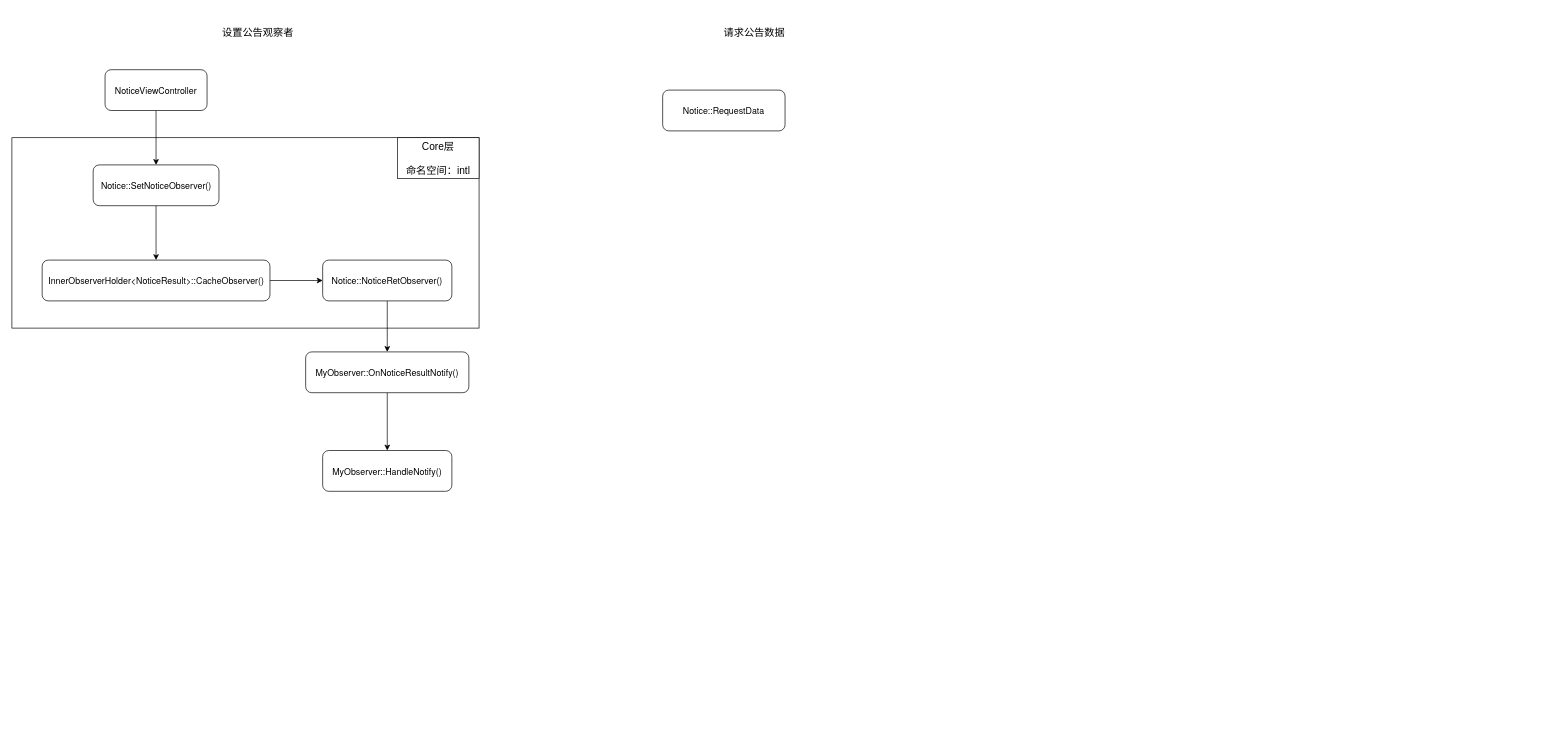
This is INTL SDK Notice Module.drawio from star-j/Flowchart, a draw.io file, before an edit. Source tidied: cells renumbered, new cells numbered last; positions are measured from the earlier drawing's top-left corner, leaving out a move shared by most shapes. Both pictures are drawn from the tidied source at 68%, with x=0, y=0 at pixel (12, 15).
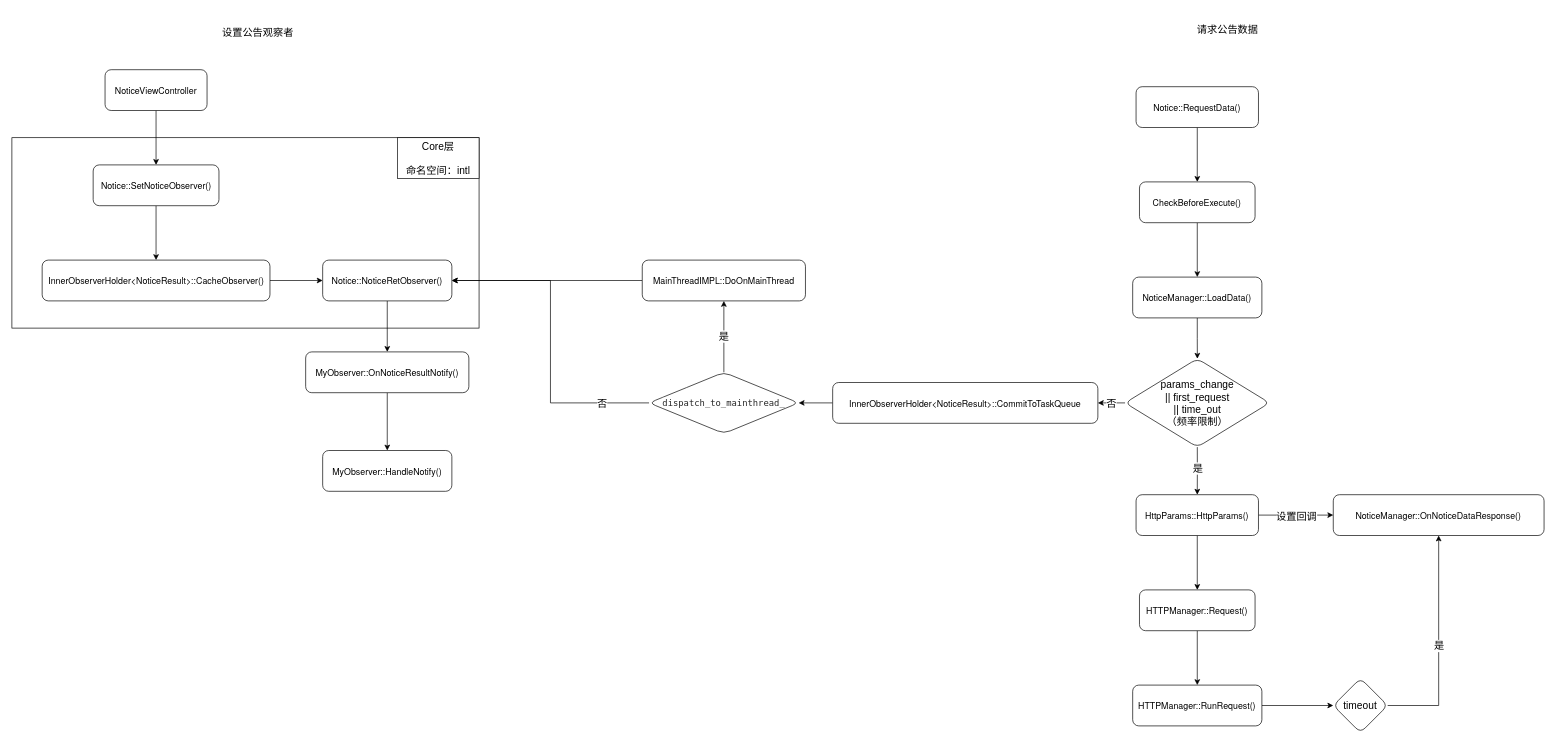
Above is the later version.

The change refers to these unchanged cells:
```xml
<mxCell id="12" value="&lt;span style=&quot;font-family: &amp;#34;helvetica neue&amp;#34; ; font-size: 13px&quot;&gt;Notice::NoticeRetObserver()&lt;/span&gt;" style="whiteSpace=wrap;html=1;rounded=1;" parent="1" vertex="1">
  <mxGeometry x="457" y="360" width="190" height="60" as="geometry" />
</mxCell>
```

What changed in the source:
```diff
@@
     <mxCell id="17" value="请求公告数据" style="text;html=1;strokeColor=none;fillColor=none;align=center;verticalAlign=middle;whiteSpace=wrap;rounded=0;fontSize=15;" parent="1" vertex="1">
-      <mxGeometry x="1027" width="130" height="50" as="geometry" />
+      <mxGeometry x="1723.2" y="-5" width="130" height="50" as="geometry" />
     </mxCell>
+    <mxCell id="19" style="edgeStyle=orthogonalEdgeStyle;rounded=0;jettySize=auto;html=1;fontSize=15;" parent="1" edge="1" source="18" target="21">
+      <mxGeometry relative="1" as="geometry" />
+    </mxCell>
-    <mxCell id="18" value="&lt;p style=&quot;margin: 0px ; font-stretch: normal ; font-size: 13px ; line-height: normal ; font-family: &amp;#34;helvetica neue&amp;#34;&quot;&gt;Notice::RequestData&lt;/p&gt;" style="rounded=1;whiteSpace=wrap;html=1;fontSize=15;" parent="1" vertex="1">
-      <mxGeometry x="957" y="110" width="180" height="60" as="geometry" />
+    <mxCell id="18" value="&lt;p style=&quot;margin: 0px ; font-stretch: normal ; font-size: 13px ; line-height: normal ; font-family: &amp;#34;helvetica neue&amp;#34;&quot;&gt;Notice::RequestData()&lt;/p&gt;" style="rounded=1;whiteSpace=wrap;html=1;fontSize=15;" parent="1" vertex="1">
+      <mxGeometry x="1653.2" y="105" width="180" height="60" as="geometry" />
     </mxCell>
+    <mxCell id="20" style="edgeStyle=orthogonalEdgeStyle;rounded=0;jettySize=auto;html=1;fontSize=15;" parent="1" edge="1" source="21" target="23">
+      <mxGeometry relative="1" as="geometry" />
+    </mxCell>
+    <mxCell id="21" value="&lt;p style=&quot;margin: 0px ; font-stretch: normal ; font-size: 13px ; line-height: normal ; font-family: &amp;#34;helvetica neue&amp;#34;&quot;&gt;CheckBeforeExecute()&lt;/p&gt;" style="whiteSpace=wrap;html=1;fontSize=15;rounded=1;" parent="1" vertex="1">
+      <mxGeometry x="1658.2" y="245" width="170" height="60" as="geometry" />
+    </mxCell>
+    <mxCell id="22" style="edgeStyle=orthogonalEdgeStyle;rounded=0;jettySize=auto;html=1;fontSize=15;" parent="1" edge="1" source="23" target="39">
+      <mxGeometry relative="1" as="geometry" />
+    </mxCell>
+    <mxCell id="23" value="&lt;p style=&quot;margin: 0px ; font-stretch: normal ; font-size: 13px ; line-height: normal ; font-family: &amp;#34;helvetica neue&amp;#34;&quot;&gt;NoticeManager::LoadData()&lt;/p&gt;" style="whiteSpace=wrap;html=1;fontSize=15;rounded=1;" parent="1" vertex="1">
+      <mxGeometry x="1648.2" y="385" width="190" height="60" as="geometry" />
+    </mxCell>
+    <mxCell id="24" style="edgeStyle=orthogonalEdgeStyle;rounded=0;jettySize=auto;html=1;fontSize=15;" parent="1" edge="1" source="27" target="28">
+      <mxGeometry relative="1" as="geometry" />
+    </mxCell>
+    <mxCell id="25" value="设置回调" style="edgeLabel;html=1;align=center;verticalAlign=middle;fontSize=15;" parent="24" vertex="1">
+      <mxGeometry y="-1" relative="1" as="geometry" />
+    </mxCell>
+    <mxCell id="26" style="edgeStyle=orthogonalEdgeStyle;rounded=0;jettySize=auto;html=1;fontSize=15;" parent="1" edge="1" source="27" target="30">
+      <mxGeometry relative="1" as="geometry" />
+    </mxCell>
+    <mxCell id="27" value="&lt;p style=&quot;margin: 0px ; font-stretch: normal ; font-size: 13px ; line-height: normal ; font-family: &amp;#34;helvetica neue&amp;#34;&quot;&gt;HttpParams::HttpParams()&lt;/p&gt;" style="whiteSpace=wrap;html=1;fontSize=15;rounded=1;" parent="1" vertex="1">
+      <mxGeometry x="1653.2" y="705" width="180" height="60" as="geometry" />
+    </mxCell>
+    <mxCell id="28" value="&lt;p style=&quot;margin: 0px ; font-stretch: normal ; font-size: 13px ; line-height: normal ; font-family: &amp;#34;helvetica neue&amp;#34;&quot;&gt;NoticeManager::OnNoticeDataResponse()&lt;/p&gt;" style="whiteSpace=wrap;html=1;fontSize=15;rounded=1;" parent="1" vertex="1">
+      <mxGeometry x="1943.2" y="705" width="310" height="60" as="geometry" />
+    </mxCell>
+    <mxCell id="29" style="edgeStyle=orthogonalEdgeStyle;rounded=0;jettySize=auto;html=1;fontSize=15;" parent="1" edge="1" source="30" target="32">
+      <mxGeometry relative="1" as="geometry" />
+    </mxCell>
+    <mxCell id="30" value="&lt;p style=&quot;margin: 0px ; font-stretch: normal ; font-size: 13px ; line-height: normal ; font-family: &amp;#34;helvetica neue&amp;#34;&quot;&gt;HTTPManager::Request()&lt;/p&gt;" style="whiteSpace=wrap;html=1;fontSize=15;rounded=1;" parent="1" vertex="1">
+      <mxGeometry x="1658.2" y="845" width="170" height="60" as="geometry" />
+    </mxCell>
+    <mxCell id="31" style="edgeStyle=orthogonalEdgeStyle;rounded=0;jettySize=auto;html=1;fontSize=15;" parent="1" edge="1" source="32" target="35">
+      <mxGeometry relative="1" as="geometry" />
+    </mxCell>
+    <mxCell id="32" value="&lt;p style=&quot;margin: 0px ; font-stretch: normal ; font-size: 13px ; line-height: normal ; font-family: &amp;#34;helvetica neue&amp;#34;&quot;&gt;HTTPManager::RunRequest()&lt;/p&gt;" style="whiteSpace=wrap;html=1;fontSize=15;rounded=1;" parent="1" vertex="1">
+      <mxGeometry x="1648.2" y="985" width="190" height="60" as="geometry" />
+    </mxCell>
+    <mxCell id="33" style="edgeStyle=orthogonalEdgeStyle;rounded=0;jettySize=auto;html=1;exitX=1;exitY=0.5;exitDx=0;exitDy=0;entryX=0.5;entryY=1;entryDx=0;entryDy=0;fontSize=15;" parent="1" edge="1" source="35" target="28">
+      <mxGeometry relative="1" as="geometry" />
+    </mxCell>
+    <mxCell id="34" value="是" style="edgeLabel;html=1;align=center;verticalAlign=middle;fontSize=15;" parent="33" vertex="1">
+      <mxGeometry x="-0.1" y="1" relative="1" as="geometry">
+        <mxPoint x="1" y="-17" as="offset" />
+      </mxGeometry>
+    </mxCell>
+    <mxCell id="35" value="timeout" style="rhombus;whiteSpace=wrap;html=1;fontSize=15;rounded=1;" parent="1" vertex="1">
+      <mxGeometry x="1943.2" y="975" width="80" height="80" as="geometry" />
+    </mxCell>
+    <mxCell id="36" style="edgeStyle=orthogonalEdgeStyle;rounded=0;jettySize=auto;html=1;exitX=0.5;exitY=1;exitDx=0;exitDy=0;entryX=0.5;entryY=0;entryDx=0;entryDy=0;fontSize=15;" parent="1" edge="1" source="39" target="27">
+      <mxGeometry relative="1" as="geometry" />
+    </mxCell>
+    <mxCell id="37" value="是" style="edgeLabel;html=1;align=center;verticalAlign=middle;fontSize=15;" parent="36" vertex="1">
+      <mxGeometry x="-0.12" y="2" relative="1" as="geometry">
+        <mxPoint x="-2" as="offset" />
+      </mxGeometry>
+    </mxCell>
+    <mxCell id="38" value="否" style="edgeStyle=orthogonalEdgeStyle;rounded=0;jettySize=auto;html=1;fontSize=15;" parent="1" edge="1" source="39" target="41">
+      <mxGeometry relative="1" as="geometry" />
+    </mxCell>
+    <mxCell id="39" value="params_change &lt;br&gt;||&amp;nbsp;first_request &lt;br&gt;|| time_out&lt;br&gt;（频率限制）" style="rhombus;whiteSpace=wrap;html=1;fontSize=15;rounded=1;" parent="1" vertex="1">
+      <mxGeometry x="1637" y="505" width="212.5" height="130" as="geometry" />
+    </mxCell>
+    <mxCell id="40" style="edgeStyle=orthogonalEdgeStyle;rounded=0;jettySize=auto;html=1;fontSize=15;" parent="1" edge="1" source="41" target="45">
+      <mxGeometry relative="1" as="geometry" />
+    </mxCell>
+    <mxCell id="41" value="&lt;p style=&quot;margin: 0px ; font-stretch: normal ; font-size: 13px ; line-height: normal ; font-family: &amp;#34;helvetica neue&amp;#34;&quot;&gt;InnerObserverHolder&amp;lt;NoticeResult&amp;gt;::CommitToTaskQueue&lt;/p&gt;" style="whiteSpace=wrap;html=1;fontSize=15;rounded=1;" parent="1" vertex="1">
+      <mxGeometry x="1207" y="540" width="390" height="60" as="geometry" />
+    </mxCell>
+    <mxCell id="42" value="是" style="edgeStyle=orthogonalEdgeStyle;rounded=0;jettySize=auto;html=1;fontSize=15;" parent="1" edge="1" source="45" target="47">
+      <mxGeometry relative="1" as="geometry" />
+    </mxCell>
+    <mxCell id="43" style="edgeStyle=orthogonalEdgeStyle;rounded=0;jettySize=auto;html=1;exitX=0;exitY=0.5;exitDx=0;exitDy=0;entryX=1;entryY=0.5;entryDx=0;entryDy=0;fontSize=15;" parent="1" edge="1" source="45" target="12">
+      <mxGeometry relative="1" as="geometry" />
+    </mxCell>
+    <mxCell id="44" value="否" style="edgeLabel;html=1;align=center;verticalAlign=middle;fontSize=15;" parent="43" vertex="1">
+      <mxGeometry x="-0.17" y="-1" relative="1" as="geometry">
+        <mxPoint x="74" y="49" as="offset" />
+      </mxGeometry>
+    </mxCell>
+    <mxCell id="45" value="&lt;p style=&quot;margin: 0px ; font-stretch: normal ; font-size: 13px ; line-height: normal ; font-family: &amp;#34;menlo&amp;#34; ; color: rgba(0 , 0 , 0 , 0.85) ; background-color: rgb(255 , 255 , 255)&quot;&gt;dispatch_to_mainthread_&lt;/p&gt;" style="rhombus;whiteSpace=wrap;html=1;fontSize=15;rounded=1;" parent="1" vertex="1">
+      <mxGeometry x="937" y="525" width="220" height="90" as="geometry" />
+    </mxCell>
+    <mxCell id="46" style="edgeStyle=orthogonalEdgeStyle;rounded=0;jettySize=auto;html=1;exitX=0;exitY=0.5;exitDx=0;exitDy=0;entryX=1;entryY=0.5;entryDx=0;entryDy=0;fontSize=15;" parent="1" edge="1" source="47" target="12">
+      <mxGeometry relative="1" as="geometry" />
+    </mxCell>
+    <mxCell id="47" value="&lt;p style=&quot;margin: 0px ; font-stretch: normal ; font-size: 13px ; line-height: normal ; font-family: &amp;#34;helvetica neue&amp;#34;&quot;&gt;MainThreadIMPL::DoOnMainThread&lt;/p&gt;" style="whiteSpace=wrap;html=1;fontSize=15;rounded=1;" parent="1" vertex="1">
+      <mxGeometry x="927" y="360" width="240" height="60" as="geometry" />
+    </mxCell>
```
